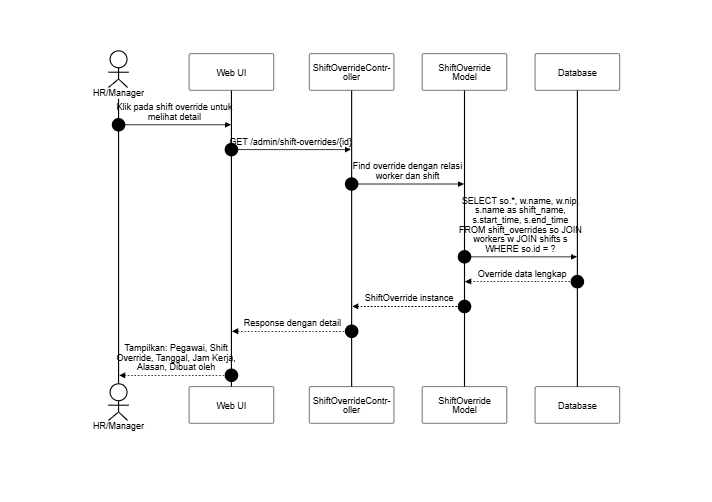
This is docs/SequenceDiagram/PNG_Transparent/KelolaShiftOverride-LihatShift.png from SulaimanHafi23/SimpegRSHDI, a Mermaid export, as it was before one commit. Its source is kept beside it as docs/SequenceDiagram/KelolaShiftOverride-LihatShift.mermaid. The source it was exported from:
```mermaid
---
id: KelolaShiftOverride-LihatShiftOverride
title: Kelola Shift Override - Lihat Detail Shift Override
---
%%{init: {"theme": "base", "themeVariables": {"background": "#dddddd", "primaryColor": "#ffffff", "primaryBorderColor": "#000000", "primaryTextColor": "#000000", "lineColor": "#000000", "textColor": "#000000", "actorBkg": "#ffffff", "actorBorder": "#000000", "actorTextColor": "#000000", "activationBkgColor": "#ffffff", "activationBorderColor": "#000000", "signalColor": "#000000", "signalTextColor": "#000000", "labelBoxBkgColor": "#ffffff", "labelBoxBorderColor": "#000000", "labelTextColor": "#000000", "sequenceNumberColor": "#000000", "noteBkgColor": "#ffffff", "noteBorderColor": "#000000", "noteTextColor": "#000000"}, "sequence": {"useMaxWidth": true, "wrap": true, "messageFontSize": 12, "noteFontSize": 12}}}%%
sequenceDiagram
    autonumber
    actor HR as HR/Manager
    participant UI as Web UI
    participant C as ShiftOverrideController
    participant SO as ShiftOverride Model
    participant DB as Database

    HR->>UI: Klik pada shift override untuk melihat detail
    UI->>C: GET /admin/shift-overrides/{id}
    C->>SO: Find override dengan relasi worker dan shift
    SO->>DB: SELECT so.*, w.name, w.nip, s.name as shift_name, s.start_time, s.end_time FROM shift_overrides so JOIN workers w JOIN shifts s WHERE so.id = ?
    DB-->>SO: Override data lengkap
    SO-->>C: ShiftOverride instance
    C-->>UI: Response dengan detail
    UI-->>HR: Tampilkan: Pegawai, Shift Override, Tanggal, Jam Kerja, Alasan, Dibuat oleh
```
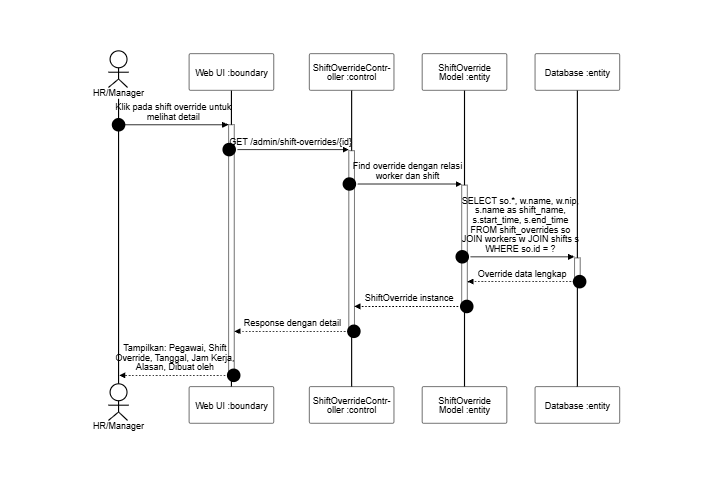
Above is the later version.

What changed in the source:
```diff
@@ -6,16 +6,16 @@
 sequenceDiagram
     autonumber
     actor HR as HR/Manager
-    participant UI as Web UI
-    participant C as ShiftOverrideController
-    participant SO as ShiftOverride Model
-    participant DB as Database
+    participant UI as Web UI :boundary
+    participant C as ShiftOverrideController :control
+    participant SO as ShiftOverride Model :entity
+    participant DB as Database :entity
 
-    HR->>UI: Klik pada shift override untuk melihat detail
-    UI->>C: GET /admin/shift-overrides/{id}
-    C->>SO: Find override dengan relasi worker dan shift
-    SO->>DB: SELECT so.*, w.name, w.nip, s.name as shift_name, s.start_time, s.end_time FROM shift_overrides so JOIN workers w JOIN shifts s WHERE so.id = ?
-    DB-->>SO: Override data lengkap
-    SO-->>C: ShiftOverride instance
-    C-->>UI: Response dengan detail
-    UI-->>HR: Tampilkan: Pegawai, Shift Override, Tanggal, Jam Kerja, Alasan, Dibuat oleh
+    HR->>+UI: Klik pada shift override untuk melihat detail
+    UI->>+C: GET /admin/shift-overrides/{id}
+    C->>+SO: Find override dengan relasi worker dan shift
+    SO->>+DB: SELECT so.*, w.name, w.nip, s.name as shift_name, s.start_time, s.end_time FROM shift_overrides so JOIN workers w JOIN shifts s WHERE so.id = ?
+    DB-->>-SO: Override data lengkap
+    SO-->>-C: ShiftOverride instance
+    C-->>-UI: Response dengan detail
+    UI-->>-HR: Tampilkan: Pegawai, Shift Override, Tanggal, Jam Kerja, Alasan, Dibuat oleh
```
